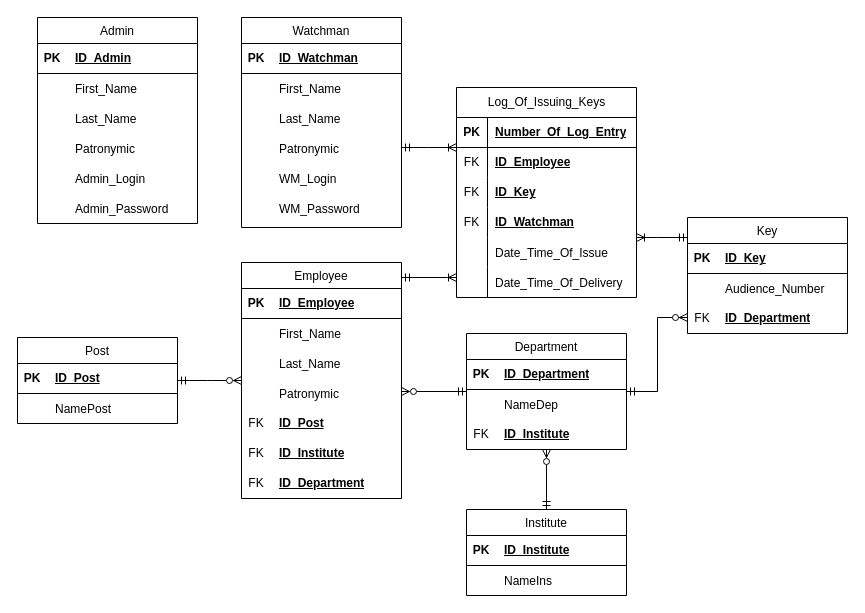
Before: docs/Диаграмма Мартина.drawio in RenFoxHana/DiplomVersion1, a draw.io diagram. Source tidied: cells renumbered, new cells numbered last; positions are measured from the earlier drawing's top-left corner, leaving out a move shared by most shapes. Both pictures are drawn from the tidied source at 100%, with x=0, y=0 at pixel (17, 17).
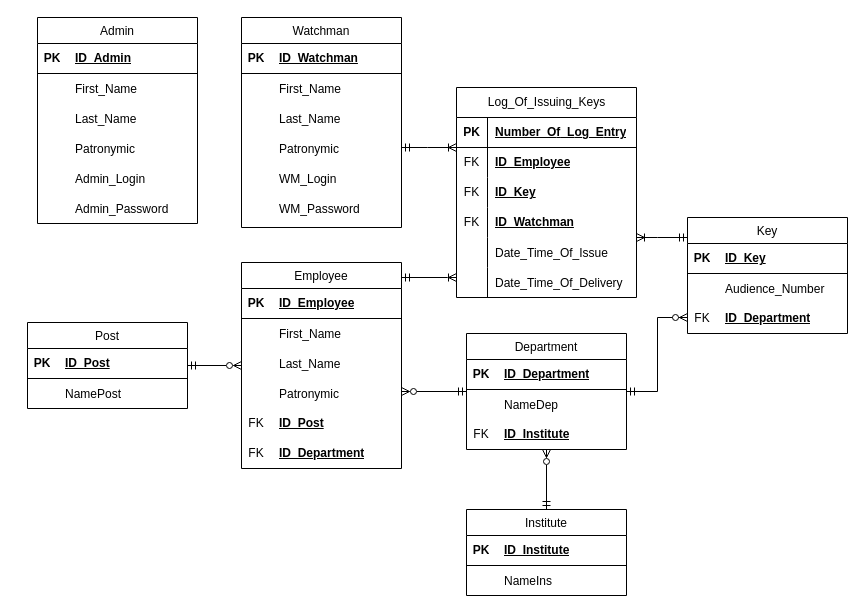
After the change.

Change to the diagram source:
```diff
@@
     <mxCell id="2" value="Employee" style="swimlane;fontStyle=0;align=center;verticalAlign=top;horizontal=1;startSize=26;rounded=0;shadow=0;strokeWidth=1;" parent="1" vertex="1">
-      <mxGeometry x="224" y="245" width="160" height="236" as="geometry" />
+      <mxGeometry x="224" y="245" width="160" height="206" as="geometry" />
     </mxCell>
@@
     <mxCell id="7" style="shape=table;startSize=0;childLayout=tableLayout;rowLines=0;fontStyle=0;align=center;strokeColor=none;fillColor=none;whiteSpace=wrap;html=1;" parent="2" vertex="1">
-      <mxGeometry y="56" width="160" height="180" as="geometry" />
+      <mxGeometry y="56" width="160" height="150" as="geometry" />
     </mxCell>
@@
-    <mxCell id="20" style="shape=tableRow;horizontal=0;startSize=0;swimlaneHead=0;swimlaneBody=0;fillColor=none;top=0;left=0;right=0;bottom=0;" parent="7" vertex="1">
-      <mxGeometry y="120" width="160" height="30" as="geometry" />
-    </mxCell>
-    <mxCell id="21" value="FK" style="shape=partialRectangle;fillColor=none;top=0;left=0;bottom=0;right=0;fontStyle=0;overflow=hidden;whiteSpace=wrap;html=1;" parent="20" vertex="1">
-      <mxGeometry width="30" height="30" as="geometry" />
-    </mxCell>
-    <mxCell id="22" value="&lt;b&gt;&lt;u&gt;ID_Institute&lt;/u&gt;&lt;/b&gt;" style="shape=partialRectangle;fillColor=none;top=0;left=0;bottom=0;right=0;align=left;spacingLeft=6;fontStyle=0;overflow=hidden;whiteSpace=wrap;html=1;" parent="20" vertex="1">
-      <mxGeometry x="30" width="130" height="30" as="geometry" />
-    </mxCell>
     <mxCell id="23" style="shape=tableRow;horizontal=0;startSize=0;swimlaneHead=0;swimlaneBody=0;fillColor=none;top=0;left=0;right=0;bottom=0;" parent="7" vertex="1">
-      <mxGeometry y="150" width="160" height="30" as="geometry" />
+      <mxGeometry y="120" width="160" height="30" as="geometry" />
     </mxCell>
@@
     <mxCell id="26" value="Post" style="swimlane;fontStyle=0;align=center;verticalAlign=top;horizontal=1;startSize=26;rounded=0;shadow=0;strokeWidth=1;" parent="1" vertex="1">
-      <mxGeometry y="320" width="160" height="86" as="geometry" />
+      <mxGeometry x="10" y="305" width="160" height="86" as="geometry" />
     </mxCell>
```
